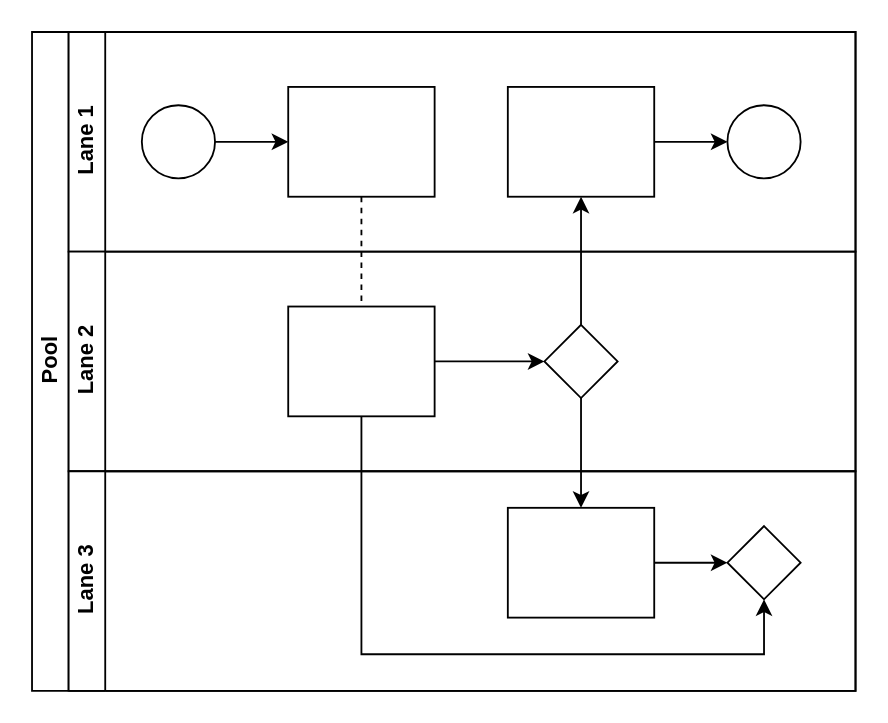
The draw.io diagram rpa.drawio in Lumiaqian/diagram, before the edit. Source tidied: cells renumbered, new cells numbered last; positions are measured from the earlier drawing's top-left corner, leaving out a move shared by most shapes. Both pictures are drawn from the tidied source at 183%, with x=0, y=0 at pixel (31, 31).
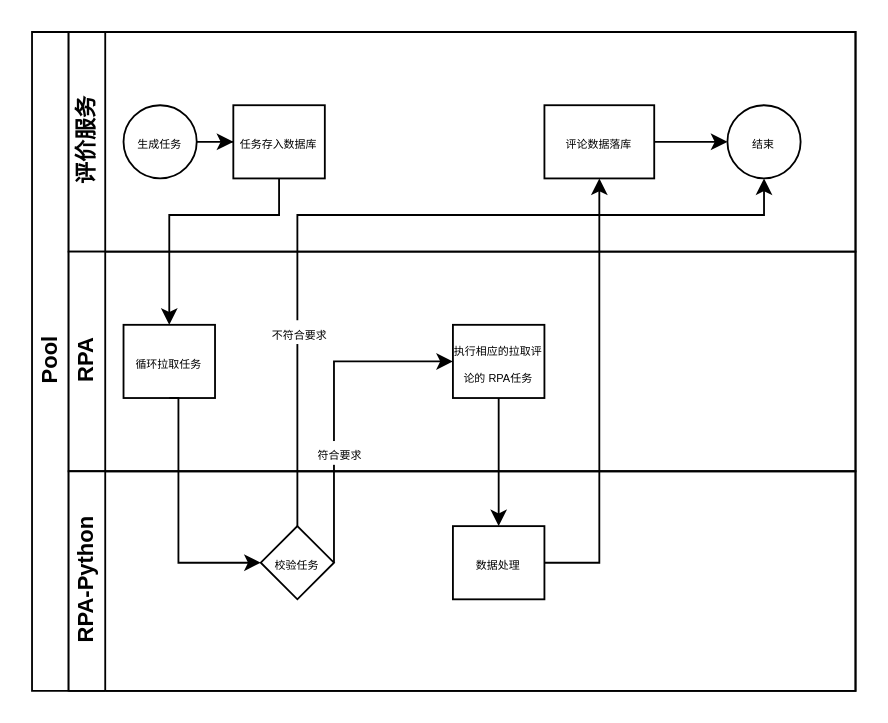
The same diagram, later.

Unchanged cells that the change refers to:
```xml
<mxCell id="2" value="Pool" style="swimlane;html=1;horizontal=0;startSize=20;" parent="1" vertex="1">
  <mxGeometry width="450" height="360" as="geometry" />
</mxCell>
```

Diff of the diagram source:
```diff
@@
-    <mxCell id="3" style="edgeStyle=orthogonalEdgeStyle;rounded=0;jettySize=auto;html=1;dashed=1;endArrow=none;endFill=0;" parent="2" edge="1" source="10" target="16">
-      <mxGeometry relative="1" as="geometry" />
-    </mxCell>
-    <mxCell id="4" style="edgeStyle=orthogonalEdgeStyle;rounded=0;jettySize=auto;html=1;endArrow=classic;endFill=1;" parent="2" edge="1" source="17" target="12">
-      <mxGeometry relative="1" as="geometry" />
-    </mxCell>
-    <mxCell id="5" style="edgeStyle=orthogonalEdgeStyle;rounded=0;jettySize=auto;html=1;endArrow=classic;endFill=1;" parent="2" edge="1" source="17" target="20">
-      <mxGeometry relative="1" as="geometry" />
-    </mxCell>
-    <mxCell id="6" style="edgeStyle=orthogonalEdgeStyle;rounded=0;jettySize=auto;html=1;endArrow=classic;endFill=1;" parent="2" edge="1" source="16" target="21">
-      <mxGeometry relative="1" as="geometry">
-        <Array as="points">
-          <mxPoint x="180" y="340" />
-          <mxPoint x="400" y="340" />
-        </Array>
-      </mxGeometry>
-    </mxCell>
-    <mxCell id="7" value="Lane 1" style="swimlane;html=1;startSize=20;horizontal=0;" parent="2" vertex="1">
+    <mxCell id="7" value="评价服务" style="swimlane;html=1;startSize=20;horizontal=0;" parent="2" vertex="1">
       <mxGeometry x="20" width="430" height="120" as="geometry" />
     </mxCell>
@@
-    <mxCell id="9" style="ellipse;whiteSpace=wrap;html=1;" parent="7" vertex="1">
-      <mxGeometry x="40" y="40" width="40" height="40" as="geometry" />
+    <mxCell id="9" value="&lt;font style=&quot;font-size: 6px;&quot;&gt;生成任务&lt;/font&gt;" style="ellipse;whiteSpace=wrap;html=1;" parent="7" vertex="1">
+      <mxGeometry x="30" y="40" width="40" height="40" as="geometry" />
     </mxCell>
-    <mxCell id="10" style="rounded=0;whiteSpace=wrap;html=1;fontFamily=Helvetica;fontSize=12;fontColor=#000000;align=center;" parent="7" vertex="1">
-      <mxGeometry x="120" y="30" width="80" height="60" as="geometry" />
+    <mxCell id="10" value="&lt;font style=&quot;font-size: 6px;&quot;&gt;任务存入数据库&lt;/font&gt;" style="rounded=0;whiteSpace=wrap;html=1;fontFamily=Helvetica;fontSize=12;fontColor=#000000;align=center;" parent="7" vertex="1">
+      <mxGeometry x="90" y="40" width="50" height="40" as="geometry" />
     </mxCell>
@@
-    <mxCell id="12" style="rounded=0;whiteSpace=wrap;html=1;fontFamily=Helvetica;fontSize=12;fontColor=#000000;align=center;" parent="7" vertex="1">
-      <mxGeometry x="240" y="30" width="80" height="60" as="geometry" />
+    <mxCell id="12" value="&lt;font style=&quot;font-size: 6px;&quot;&gt;评论数据落库&lt;/font&gt;" style="rounded=0;whiteSpace=wrap;html=1;fontFamily=Helvetica;fontSize=12;fontColor=#000000;align=center;" parent="7" vertex="1">
+      <mxGeometry x="260" y="40" width="60" height="40" as="geometry" />
     </mxCell>
-    <mxCell id="13" style="ellipse;whiteSpace=wrap;html=1;" parent="7" vertex="1">
+    <mxCell id="13" value="&lt;font style=&quot;font-size: 6px;&quot;&gt;结束&lt;/font&gt;" style="ellipse;whiteSpace=wrap;html=1;" parent="7" vertex="1">
       <mxGeometry x="360" y="40" width="40" height="40" as="geometry" />
     </mxCell>
-    <mxCell id="14" value="Lane 2" style="swimlane;html=1;startSize=20;horizontal=0;" parent="2" vertex="1">
+    <mxCell id="14" value="RPA" style="swimlane;html=1;startSize=20;horizontal=0;" parent="2" vertex="1">
       <mxGeometry x="20" y="120" width="430" height="120" as="geometry" />
     </mxCell>
+    <mxCell id="16" value="&lt;font style=&quot;font-size: 6px;&quot;&gt;循环拉取任务&lt;/font&gt;" style="rounded=0;whiteSpace=wrap;html=1;fontFamily=Helvetica;fontSize=12;fontColor=#000000;align=center;" parent="14" vertex="1">
+      <mxGeometry x="30" y="40" width="50" height="40" as="geometry" />
+    </mxCell>
+    <mxCell id="22" value="&lt;span style=&quot;font-size: 6px;&quot;&gt;执行相应的拉取评论的 RPA任务&lt;/span&gt;" style="rounded=0;whiteSpace=wrap;html=1;fontFamily=Helvetica;fontSize=12;fontColor=#000000;align=center;" parent="14" vertex="1">
+      <mxGeometry x="210" y="40" width="50" height="40" as="geometry" />
+    </mxCell>
-    <mxCell id="15" style="edgeStyle=orthogonalEdgeStyle;rounded=0;jettySize=auto;html=1;endArrow=classic;endFill=1;" parent="14" edge="1" source="16" target="17">
-      <mxGeometry relative="1" as="geometry" />
+    <mxCell id="15" style="edgeStyle=orthogonalEdgeStyle;rounded=0;jettySize=auto;html=1;endArrow=classic;endFill=1;entryX=0;entryY=0.5;entryDx=0;entryDy=0;exitX=0.5;exitY=1;exitDx=0;exitDy=0;" parent="14" edge="1" source="16" target="17">
+      <mxGeometry relative="1" as="geometry">
+        <Array as="points">
+          <mxPoint x="60" y="80" />
+          <mxPoint x="60" y="170" />
+        </Array>
+      </mxGeometry>
     </mxCell>
-    <mxCell id="16" style="rounded=0;whiteSpace=wrap;html=1;fontFamily=Helvetica;fontSize=12;fontColor=#000000;align=center;" parent="14" vertex="1">
-      <mxGeometry x="120" y="30" width="80" height="60" as="geometry" />
-    </mxCell>
+    <mxCell id="18" value="RPA-Python" style="swimlane;html=1;startSize=20;horizontal=0;" parent="2" vertex="1">
+      <mxGeometry x="20" y="240" width="430" height="120" as="geometry" />
+    </mxCell>
+    <mxCell id="20" value="&lt;font style=&quot;font-size: 6px;&quot;&gt;数据处理&lt;/font&gt;" style="rounded=0;whiteSpace=wrap;html=1;fontFamily=Helvetica;fontSize=12;fontColor=#000000;align=center;" parent="18" vertex="1">
+      <mxGeometry x="210" y="30" width="50" height="40" as="geometry" />
+    </mxCell>
-    <mxCell id="17" style="rhombus;whiteSpace=wrap;html=1;fontFamily=Helvetica;fontSize=12;fontColor=#000000;align=center;" parent="14" vertex="1">
-      <mxGeometry x="260" y="40" width="40" height="40" as="geometry" />
+    <mxCell id="17" value="&lt;font style=&quot;font-size: 6px;&quot;&gt;校验任务&lt;/font&gt;" style="rhombus;whiteSpace=wrap;html=1;fontFamily=Helvetica;fontSize=12;fontColor=#000000;align=center;" parent="18" vertex="1">
+      <mxGeometry x="105" y="30" width="40" height="40" as="geometry" />
     </mxCell>
-    <mxCell id="18" value="Lane 3" style="swimlane;html=1;startSize=20;horizontal=0;" parent="2" vertex="1">
-      <mxGeometry x="20" y="240" width="430" height="120" as="geometry" />
-    </mxCell>
-    <mxCell id="19" style="edgeStyle=orthogonalEdgeStyle;rounded=0;jettySize=auto;html=1;endArrow=classic;endFill=1;" parent="18" edge="1" source="20" target="21">
-      <mxGeometry relative="1" as="geometry" />
-    </mxCell>
-    <mxCell id="20" style="rounded=0;whiteSpace=wrap;html=1;fontFamily=Helvetica;fontSize=12;fontColor=#000000;align=center;" parent="18" vertex="1">
-      <mxGeometry x="240" y="20" width="80" height="60" as="geometry" />
-    </mxCell>
-    <mxCell id="21" style="rhombus;whiteSpace=wrap;html=1;fontFamily=Helvetica;fontSize=12;fontColor=#000000;align=center;" parent="18" vertex="1">
-      <mxGeometry x="360" y="30" width="40" height="40" as="geometry" />
-    </mxCell>
+    <mxCell id="3" style="endArrow=classic;html=1;rounded=0;exitX=0.5;exitY=1;exitDx=0;exitDy=0;entryX=0.5;entryY=0;entryDx=0;entryDy=0;" parent="2" edge="1" source="10" target="16">
+      <mxGeometry relative="1" as="geometry">
+        <Array as="points">
+          <mxPoint x="135" y="100" />
+          <mxPoint x="75" y="100" />
+        </Array>
+      </mxGeometry>
+    </mxCell>
+    <mxCell id="23" style="endArrow=classic;html=1;rounded=0;exitX=0.5;exitY=1;exitDx=0;exitDy=0;entryX=0.5;entryY=0;entryDx=0;entryDy=0;" parent="2" edge="1" source="22" target="20">
+      <mxGeometry relative="1" as="geometry" />
+    </mxCell>
+    <mxCell id="24" style="endArrow=classic;html=1;rounded=0;exitX=1;exitY=0.5;exitDx=0;exitDy=0;entryX=0.5;entryY=1;entryDx=0;entryDy=0;" parent="2" edge="1" source="20" target="12">
+      <mxGeometry relative="1" as="geometry">
+        <Array as="points">
+          <mxPoint x="310" y="290" />
+        </Array>
+      </mxGeometry>
+    </mxCell>
+    <mxCell id="25" style="endArrow=classic;html=1;rounded=0;exitX=1;exitY=0.5;exitDx=0;exitDy=0;entryX=0;entryY=0.5;entryDx=0;entryDy=0;" parent="2" edge="1" source="17" target="22">
+      <mxGeometry relative="1" as="geometry">
+        <Array as="points">
+          <mxPoint x="165" y="180" />
+        </Array>
+      </mxGeometry>
+    </mxCell>
+    <mxCell id="26" value="&lt;font style=&quot;font-size: 6px;&quot;&gt;符合要求&lt;/font&gt;" style="edgeLabel;html=1;align=center;verticalAlign=middle;" parent="25" vertex="1">
+      <mxGeometry x="-0.33" y="-2" relative="1" as="geometry">
+        <mxPoint y="-2" as="offset" />
+      </mxGeometry>
+    </mxCell>
+    <mxCell id="27" style="endArrow=classic;html=1;rounded=0;exitX=0.5;exitY=0;exitDx=0;exitDy=0;entryX=0.5;entryY=1;entryDx=0;entryDy=0;" parent="2" edge="1" source="17" target="13">
+      <mxGeometry relative="1" as="geometry">
+        <Array as="points">
+          <mxPoint x="145" y="100" />
+          <mxPoint x="400" y="100" />
+        </Array>
+      </mxGeometry>
+    </mxCell>
+    <mxCell id="28" value="&lt;font style=&quot;font-size: 6px;&quot;&gt;不符合要求&lt;/font&gt;" style="edgeLabel;html=1;align=center;verticalAlign=middle;" parent="27" vertex="1">
+      <mxGeometry x="-0.52" relative="1" as="geometry" />
+    </mxCell>
```
